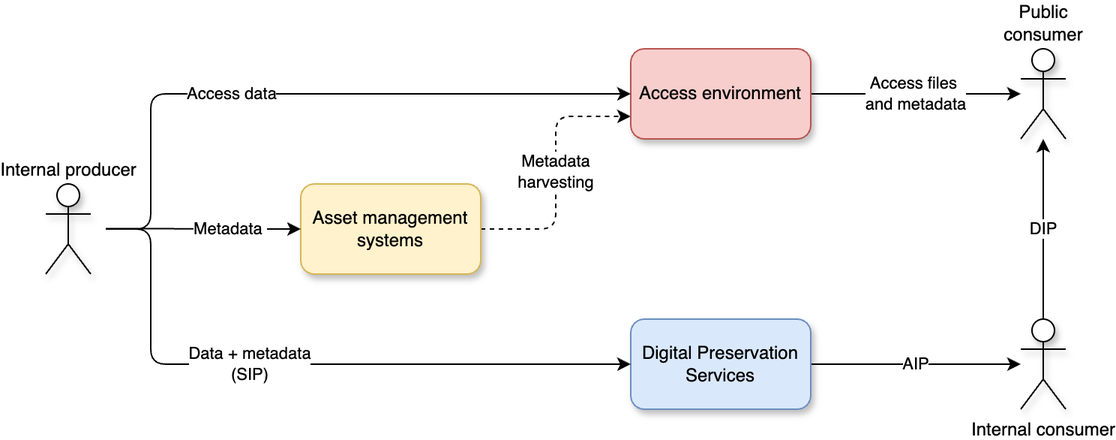
Before: content/docs/E-ARK/data-metadata-architecture/arkitektur.png, a diagram exported from draw.io (NationalLibraryOfNorway/digitalpreservation-blog.nb.no). Source tidied: cells renumbered, new cells last; positions are measured from the earlier drawing's top-left corner, leaving out a move shared by most shapes. The source it was exported from:
```xml
<mxGraphModel>
  <root>
    <mxCell id="0" />
    <mxCell id="1" parent="0" />
    <mxCell id="2" value="Metadata&lt;div&gt;harvesting&lt;/div&gt;" style="rounded=1;jettySize=auto;html=1;exitX=1;exitY=0.5;exitDx=0;exitDy=0;entryX=0;entryY=0.75;entryDx=0;entryDy=0;dashed=1;edgeStyle=orthogonalEdgeStyle;curved=0;" parent="1" edge="1" source="3" target="7">
      <mxGeometry relative="1" as="geometry" />
    </mxCell>
    <mxCell id="3" value="Asset management systems" style="rounded=1;whiteSpace=wrap;html=1;fillColor=#fff2cc;strokeColor=#d6b656;shadow=1;" parent="1" vertex="1">
      <mxGeometry x="170" y="90" width="120" height="60" as="geometry" />
    </mxCell>
    <mxCell id="4" value="AIP" style="edgeStyle=orthogonalEdgeStyle;rounded=0;jettySize=auto;html=1;exitX=1;exitY=0.5;exitDx=0;exitDy=0;" parent="1" edge="1" source="5" target="15">
      <mxGeometry relative="1" as="geometry" />
    </mxCell>
    <mxCell id="5" value="Digital Preservation Services" style="rounded=1;whiteSpace=wrap;html=1;fillColor=#dae8fc;strokeColor=#6c8ebf;shadow=1;" parent="1" vertex="1">
      <mxGeometry x="390" y="180" width="120" height="60" as="geometry" />
    </mxCell>
    <mxCell id="6" value="Access files&amp;nbsp;&lt;div&gt;and metadata&lt;/div&gt;" style="edgeStyle=orthogonalEdgeStyle;rounded=0;jettySize=auto;html=1;exitX=1;exitY=0.5;exitDx=0;exitDy=0;" parent="1" edge="1" source="7" target="8">
      <mxGeometry relative="1" as="geometry" />
    </mxCell>
    <mxCell id="7" value="Access environment" style="rounded=1;whiteSpace=wrap;html=1;fillColor=#f8cecc;strokeColor=#b85450;shadow=1;" parent="1" vertex="1">
      <mxGeometry x="390" width="120" height="60" as="geometry" />
    </mxCell>
    <mxCell id="8" value="Public&lt;div&gt;consumer&lt;/div&gt;" style="shape=umlActor;verticalLabelPosition=top;verticalAlign=bottom;html=1;outlineConnect=0;labelPosition=center;align=center;shadow=1;" parent="1" vertex="1">
      <mxGeometry x="650" width="30" height="60" as="geometry" />
    </mxCell>
    <mxCell id="9" value="Metadata&amp;nbsp;" style="edgeStyle=orthogonalEdgeStyle;rounded=0;orthogonalLoop=1;jettySize=auto;html=1;" parent="1" edge="1">
      <mxGeometry x="0.27" relative="1" as="geometry">
        <mxPoint x="40" y="119.8" as="sourcePoint" />
        <mxPoint x="170" y="120" as="targetPoint" />
        <Array as="points">
          <mxPoint x="80" y="120" />
          <mxPoint x="80" y="120" />
        </Array>
      </mxGeometry>
    </mxCell>
    <mxCell id="10" value="Data + metadata&lt;div&gt;(SIP)&lt;/div&gt;" style="edgeStyle=orthogonalEdgeStyle;rounded=1;jettySize=auto;html=1;entryX=0;entryY=0.5;entryDx=0;entryDy=0;labelBackgroundColor=default;curved=0;" parent="1" edge="1" target="5">
      <mxGeometry x="-0.16" relative="1" as="geometry">
        <mxPoint x="40" y="120" as="sourcePoint" />
        <Array as="points">
          <mxPoint x="70" y="120" />
          <mxPoint x="70" y="210" />
        </Array>
      </mxGeometry>
    </mxCell>
    <mxCell id="11" style="edgeStyle=orthogonalEdgeStyle;rounded=1;jettySize=auto;html=1;entryX=0;entryY=0.5;entryDx=0;entryDy=0;curved=0;" parent="1" edge="1" target="7">
      <mxGeometry relative="1" as="geometry">
        <mxPoint x="40" y="120" as="sourcePoint" />
        <Array as="points">
          <mxPoint x="70" y="120" />
          <mxPoint x="70" y="30" />
        </Array>
      </mxGeometry>
    </mxCell>
    <mxCell id="12" value="Access data" style="edgeLabel;html=1;align=center;verticalAlign=middle;" parent="11" vertex="1">
      <mxGeometry x="0.41" y="-1" relative="1" as="geometry">
        <mxPoint x="-137" y="-1" as="offset" />
      </mxGeometry>
    </mxCell>
    <mxCell id="13" value="Internal producer" style="shape=umlActor;verticalLabelPosition=top;verticalAlign=bottom;html=1;horizontal=1;labelPosition=center;align=center;shadow=1;" parent="1" vertex="1">
      <mxGeometry y="90" width="30" height="60" as="geometry" />
    </mxCell>
    <mxCell id="14" value="DIP" style="edgeStyle=orthogonalEdgeStyle;rounded=0;jettySize=auto;html=1;exitX=0.5;exitY=0;exitDx=0;exitDy=0;exitPerimeter=0;" parent="1" edge="1" source="15" target="8">
      <mxGeometry relative="1" as="geometry" />
    </mxCell>
    <mxCell id="15" value="Internal consumer" style="shape=umlActor;verticalLabelPosition=bottom;verticalAlign=top;html=1;outlineConnect=0;horizontal=1;labelPosition=center;align=center;shadow=1;" parent="1" vertex="1">
      <mxGeometry x="650" y="180" width="30" height="60" as="geometry" />
    </mxCell>
  </root>
</mxGraphModel>
```
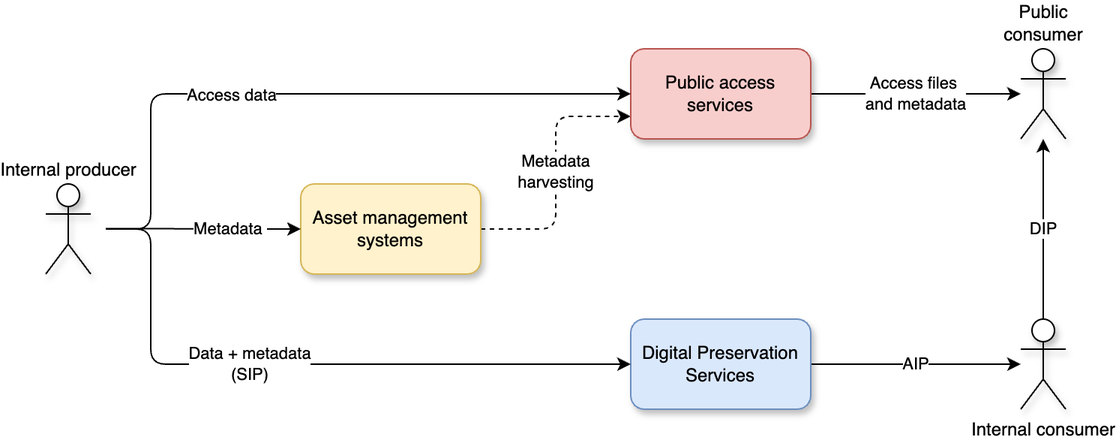
Above is the later version.

Diff of the diagram source:
```diff
@@ -17,7 +17,7 @@
     <mxCell id="6" value="Access files&amp;nbsp;&lt;div&gt;and metadata&lt;/div&gt;" style="edgeStyle=orthogonalEdgeStyle;rounded=0;jettySize=auto;html=1;exitX=1;exitY=0.5;exitDx=0;exitDy=0;" parent="1" edge="1" source="7" target="8">
       <mxGeometry relative="1" as="geometry" />
     </mxCell>
-    <mxCell id="7" value="Access environment" style="rounded=1;whiteSpace=wrap;html=1;fillColor=#f8cecc;strokeColor=#b85450;shadow=1;" parent="1" vertex="1">
+    <mxCell id="7" value="Public access services" style="rounded=1;whiteSpace=wrap;html=1;fillColor=#f8cecc;strokeColor=#b85450;shadow=1;" parent="1" vertex="1">
       <mxGeometry x="390" width="120" height="60" as="geometry" />
     </mxCell>
     <mxCell id="8" value="Public&lt;div&gt;consumer&lt;/div&gt;" style="shape=umlActor;verticalLabelPosition=top;verticalAlign=bottom;html=1;outlineConnect=0;labelPosition=center;align=center;shadow=1;" parent="1" vertex="1">
```
